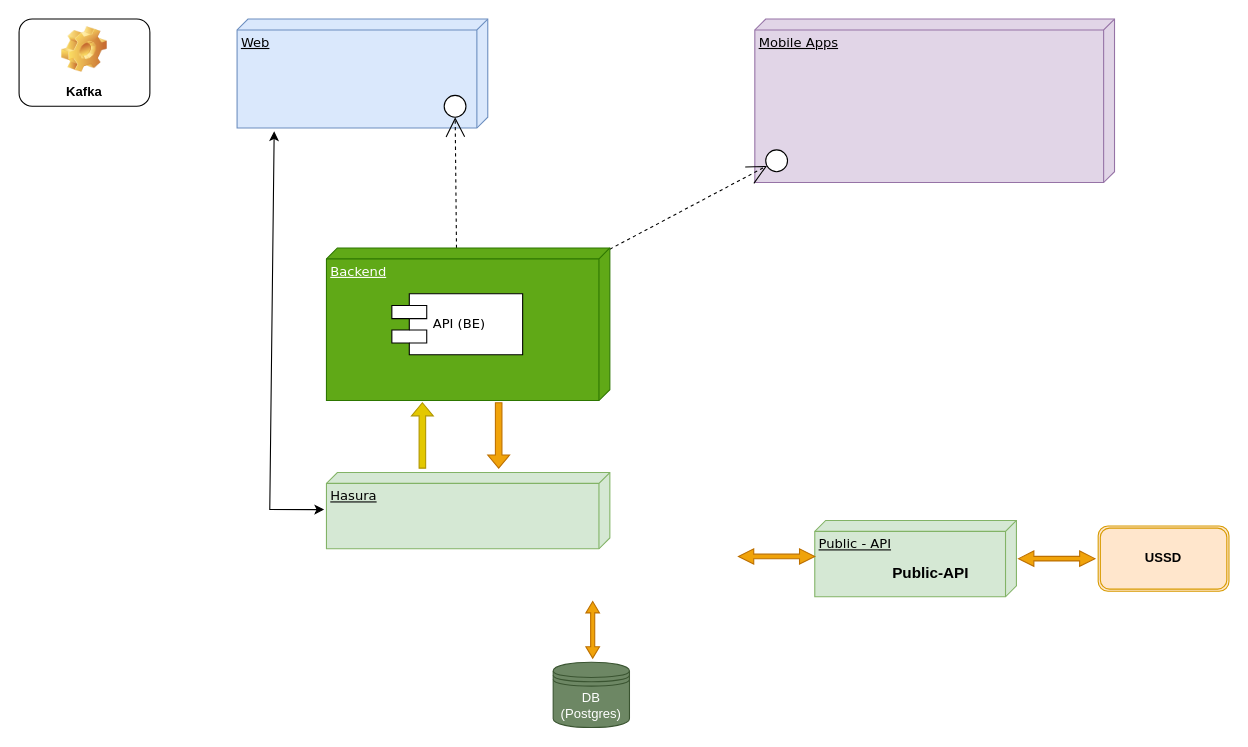
The draw.io diagram Untitled Diagram.drawio in cephydex/archdiags, before the edit. Source tidied: cells renumbered, new cells numbered last; positions are measured from the earlier drawing's top-left corner, leaving out a move shared by most shapes. Both pictures are drawn from the tidied source at 109%, with x=0, y=0 at pixel (19, 19).
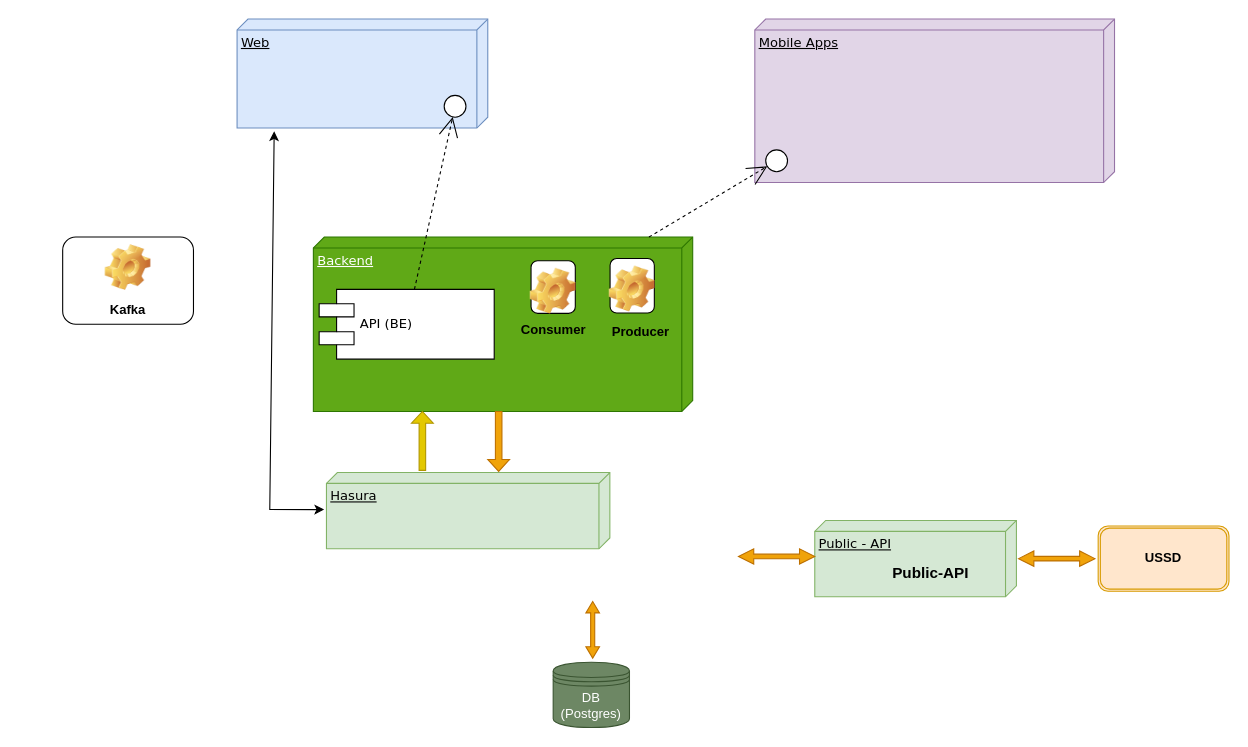
After the change.

The change refers to these unchanged cells:
```xml
<mxCell id="4" style="ellipse;whiteSpace=wrap;html=1;rounded=0;shadow=0;comic=0;labelBackgroundColor=none;strokeWidth=1;fontFamily=Verdana;fontSize=12;align=center;" parent="1" vertex="1">
  <mxGeometry x="390" y="70" width="20" height="20" as="geometry" />
</mxCell>
<mxCell id="5" style="ellipse;whiteSpace=wrap;html=1;rounded=0;shadow=0;comic=0;labelBackgroundColor=none;strokeWidth=1;fontFamily=Verdana;fontSize=12;align=center;" parent="1" vertex="1">
  <mxGeometry x="685" y="120" width="20" height="20" as="geometry" />
</mxCell>
```

Change to the diagram source:
```diff
@@
-    <mxCell id="6" style="edgeStyle=none;rounded=0;html=1;dashed=1;labelBackgroundColor=none;startArrow=none;startFill=0;startSize=8;endArrow=open;endFill=0;endSize=16;fontFamily=Verdana;fontSize=12;" parent="1" edge="1" source="12" target="4">
-      <mxGeometry relative="1" as="geometry" />
-    </mxCell>
-    <mxCell id="7" style="edgeStyle=none;rounded=0;html=1;dashed=1;labelBackgroundColor=none;startArrow=none;startFill=0;startSize=8;endArrow=open;endFill=0;endSize=16;fontFamily=Verdana;fontSize=12;" parent="1" edge="1" source="11" target="5">
-      <mxGeometry relative="1" as="geometry" />
-    </mxCell>
@@
     <mxCell id="10" style="group;" parent="1" vertex="1">
-      <mxGeometry x="282" y="210" width="260" height="140" as="geometry" />
+      <mxGeometry x="270" y="200" width="348" height="160" as="geometry" />
     </mxCell>
     <mxCell id="11" value="Backend" style="verticalAlign=top;align=left;spacingTop=8;spacingLeft=2;spacingRight=12;shape=cube;size=10;direction=south;fontStyle=4;html=1;rounded=0;shadow=0;comic=0;labelBackgroundColor=none;strokeWidth=1;fontFamily=Verdana;fontSize=12;fillColor=#60a917;strokeColor=#2D7600;fontColor=#ffffff;" parent="10" vertex="1">
-      <mxGeometry width="260" height="140" as="geometry" />
+      <mxGeometry width="348" height="160" as="geometry" />
     </mxCell>
     <mxCell id="12" value="API (BE)" style="shape=component;align=left;spacingLeft=36;rounded=0;shadow=0;comic=0;labelBackgroundColor=none;strokeWidth=1;fontFamily=Verdana;fontSize=12;html=1;" parent="10" vertex="1">
-      <mxGeometry x="60" y="42" width="120" height="56" as="geometry" />
+      <mxGeometry x="5.3" y="48" width="160.6" height="64" as="geometry" />
     </mxCell>
+    <mxCell id="24" style="group;" parent="10" vertex="1">
+      <mxGeometry x="260" y="19.7" width="65" height="80.3" as="geometry" />
+    </mxCell>
+    <mxCell id="25" style="label;whiteSpace=wrap;html=1;align=center;verticalAlign=bottom;spacingLeft=0;spacingBottom=4;imageAlign=center;imageVerticalAlign=top;image=img/clipart/Gear_128x128.png;" parent="24" vertex="1">
+      <mxGeometry x="12.2" width="40.6" height="50" as="geometry" />
+    </mxCell>
+    <mxCell id="26" value="&lt;b&gt;Producer&lt;/b&gt;" style="text;html=1;align=center;verticalAlign=middle;strokeColor=none;fillColor=none;" parent="24" vertex="1">
+      <mxGeometry y="52.6" width="80" height="30" as="geometry" />
+    </mxCell>
+    <mxCell id="27" style="group;" parent="10" vertex="1">
+      <mxGeometry x="180" y="21.7" width="80" height="78.3" as="geometry" />
+    </mxCell>
+    <mxCell id="28" style="label;whiteSpace=wrap;html=1;align=center;verticalAlign=bottom;spacingLeft=0;spacingBottom=4;imageAlign=center;imageVerticalAlign=top;image=img/clipart/Gear_128x128.png;" parent="27" vertex="1">
+      <mxGeometry x="19.7" width="40.6" height="48.3" as="geometry" />
+    </mxCell>
+    <mxCell id="29" value="&lt;b&gt;Consumer&lt;/b&gt;" style="text;html=1;align=center;verticalAlign=middle;strokeColor=none;fillColor=none;" parent="27" vertex="1">
+      <mxGeometry y="48.3" width="80" height="30" as="geometry" />
+    </mxCell>
@@
     <mxCell id="16" style="shape=singleArrow;direction=north;whiteSpace=wrap;html=1;fillColor=#e3c800;fontColor=#000000;strokeColor=#B09500;" parent="1" vertex="1">
-      <mxGeometry x="360" y="352" width="20" height="60" as="geometry" />
+      <mxGeometry x="360" y="360" width="20" height="54" as="geometry" />
     </mxCell>
     <mxCell id="17" style="shape=singleArrow;direction=south;whiteSpace=wrap;html=1;fillColor=#f0a30a;fontColor=#000000;strokeColor=#BD7000;" parent="1" vertex="1">
-      <mxGeometry x="430" y="352" width="20" height="60" as="geometry" />
+      <mxGeometry x="430" y="360" width="20" height="55" as="geometry" />
     </mxCell>
@@
     <mxCell id="22" value="Kafka" style="label;whiteSpace=wrap;html=1;align=center;verticalAlign=bottom;spacingLeft=0;spacingBottom=4;imageAlign=center;imageVerticalAlign=top;image=img/clipart/Gear_128x128.png;" parent="1" vertex="1">
-      <mxGeometry width="120" height="80" as="geometry" />
+      <mxGeometry x="40" y="200" width="120" height="80" as="geometry" />
     </mxCell>
@@
+    <mxCell id="6" style="edgeStyle=none;rounded=0;html=1;dashed=1;labelBackgroundColor=none;startArrow=none;startFill=0;startSize=8;endArrow=open;endFill=0;endSize=16;fontFamily=Verdana;fontSize=12;" parent="1" edge="1" source="12" target="4">
+      <mxGeometry relative="1" as="geometry" />
+    </mxCell>
+    <mxCell id="7" style="edgeStyle=none;rounded=0;html=1;dashed=1;labelBackgroundColor=none;startArrow=none;startFill=0;startSize=8;endArrow=open;endFill=0;endSize=16;fontFamily=Verdana;fontSize=12;" parent="1" edge="1" source="11" target="5">
+      <mxGeometry relative="1" as="geometry" />
+    </mxCell>
```
